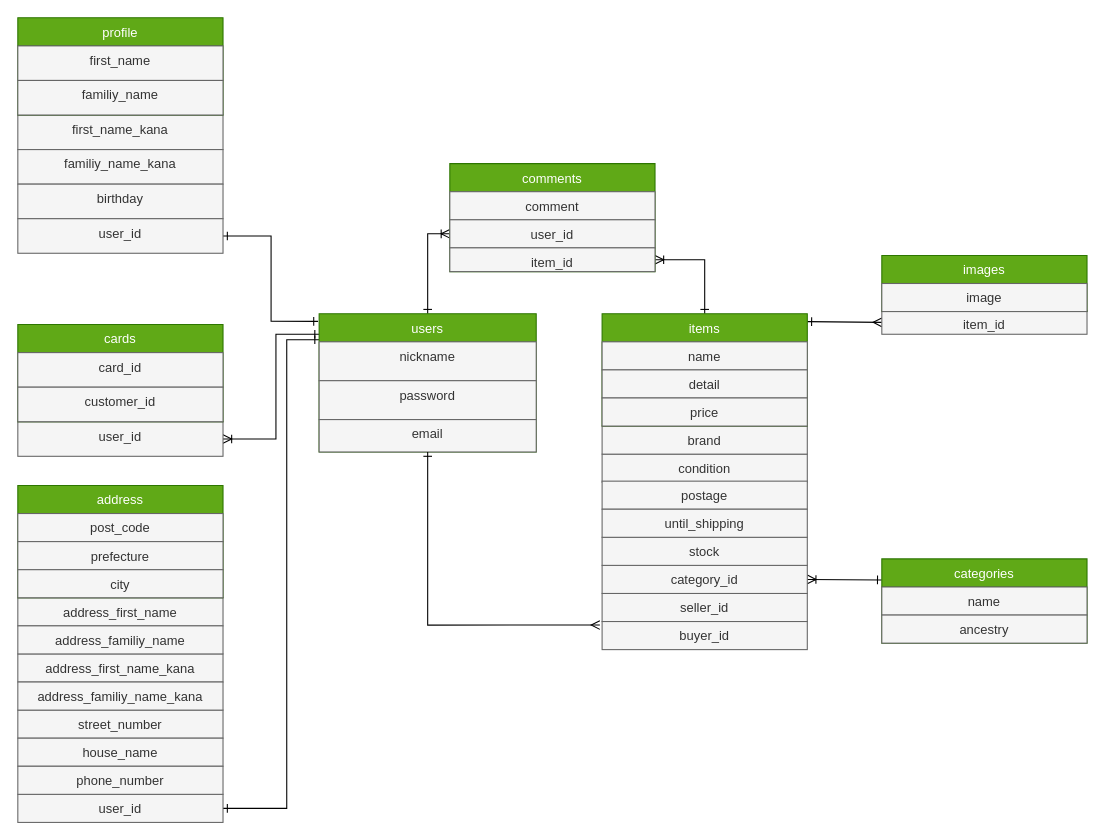
Above: app/er.drawio in kazuyat1995/fleamarket_sample_76a (draw.io), before the change. Source tidied: cells renumbered, new cells numbered last; positions are measured from the earlier drawing's top-left corner, leaving out a move shared by most shapes. Both pictures are drawn from the tidied source at 108%, with x=0, y=0 at pixel (17, 17).
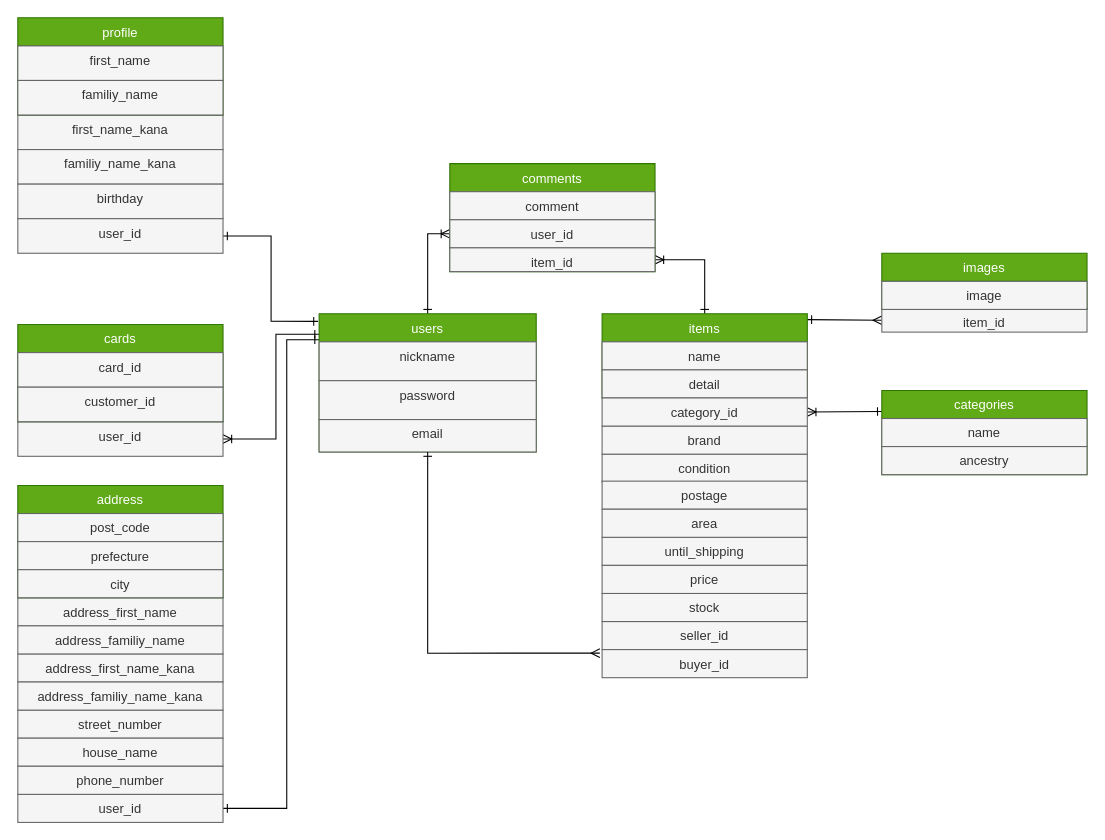
The same page after the edit.

Change to the diagram source:
```diff
@@
     <mxCell id="24" value="items" style="swimlane;fontStyle=0;horizontal=1;startSize=26;fillColor=#60a917;strokeColor=#2D7600;fontColor=#ffffff;" parent="1" vertex="1">
-      <mxGeometry x="541" y="274" width="190" height="104" as="geometry" />
+      <mxGeometry x="541" y="274" width="190" height="78" as="geometry" />
     </mxCell>
@@
-    <mxCell id="27" value="price" style="text;strokeColor=#666666;fillColor=#f5f5f5;align=center;verticalAlign=top;spacingLeft=4;spacingRight=4;overflow=hidden;fontColor=#333333;" parent="24" vertex="1">
-      <mxGeometry y="78" width="190" height="26" as="geometry" />
-    </mxCell>
@@
     <mxCell id="32" value="item_id" style="text;strokeColor=#666666;fillColor=#f5f5f5;align=center;verticalAlign=top;spacingLeft=4;spacingRight=4;overflow=hidden;points=[[0,0.5],[1,0.5]];portConstraint=eastwest;fontColor=#333333;" parent="1" vertex="1">
-      <mxGeometry x="800" y="271" width="190" height="22" as="geometry" />
+      <mxGeometry x="800" y="269" width="190" height="22" as="geometry" />
     </mxCell>
-    <mxCell id="33" value="categories" style="swimlane;fontStyle=0;horizontal=1;startSize=26;fillColor=#60a917;strokeColor=#2D7600;fontColor=#ffffff;" parent="1" vertex="1">
-      <mxGeometry x="800" y="501" width="190" height="78" as="geometry" />
-    </mxCell>
-    <mxCell id="34" value="name" style="text;strokeColor=#666666;fillColor=#f5f5f5;align=center;verticalAlign=top;spacingLeft=4;spacingRight=4;overflow=hidden;fontColor=#333333;" parent="33" vertex="1">
-      <mxGeometry y="26" width="190" height="26" as="geometry" />
-    </mxCell>
-    <mxCell id="35" value="ancestry" style="text;strokeColor=#666666;fillColor=#f5f5f5;align=center;verticalAlign=top;spacingLeft=4;spacingRight=4;overflow=hidden;fontColor=#333333;" parent="33" vertex="1">
-      <mxGeometry y="52" width="190" height="26" as="geometry" />
-    </mxCell>
@@
     <mxCell id="37" value="seller_id" style="text;strokeColor=#666666;fillColor=#f5f5f5;align=center;verticalAlign=top;spacingLeft=4;spacingRight=4;overflow=hidden;fontColor=#333333;" parent="1" vertex="1">
-      <mxGeometry x="541" y="533" width="190" height="26" as="geometry" />
+      <mxGeometry x="541" y="559" width="190" height="26" as="geometry" />
     </mxCell>
-    <mxCell id="38" value="buyer_id&#10;" style="text;strokeColor=#666666;fillColor=#f5f5f5;align=center;verticalAlign=top;spacingLeft=4;spacingRight=4;overflow=hidden;points=[[0,0.5],[1,0.5]];portConstraint=eastwest;fontColor=#333333;" parent="1" vertex="1">
-      <mxGeometry x="541" y="559" width="190" height="26" as="geometry" />
+    <mxCell id="38" value="buyer_id" style="text;strokeColor=#666666;fillColor=#f5f5f5;align=center;verticalAlign=top;spacingLeft=4;spacingRight=4;overflow=hidden;points=[[0,0.5],[1,0.5]];portConstraint=eastwest;fontColor=#333333;" parent="1" vertex="1">
+      <mxGeometry x="541" y="585" width="190" height="26" as="geometry" />
     </mxCell>
+    <mxCell id="59" value="until_shipping" style="text;strokeColor=#666666;fillColor=#f5f5f5;align=center;verticalAlign=top;spacingLeft=4;spacingRight=4;overflow=hidden;fontColor=#333333;" parent="1" vertex="1">
+      <mxGeometry x="541" y="481" width="190" height="26" as="geometry" />
+    </mxCell>
     <mxCell id="39" value="category_id&#10;" style="text;strokeColor=#666666;fillColor=#f5f5f5;align=center;verticalAlign=top;spacingLeft=4;spacingRight=4;overflow=hidden;points=[[0,0.5],[1,0.5]];portConstraint=eastwest;fontColor=#333333;" parent="1" vertex="1">
-      <mxGeometry x="541" y="507" width="190" height="26" as="geometry" />
+      <mxGeometry x="541" y="352" width="190" height="26" as="geometry" />
     </mxCell>
     <mxCell id="40" value="images" style="swimlane;fontStyle=0;horizontal=1;startSize=26;fillColor=#60a917;strokeColor=#2D7600;fontColor=#ffffff;" parent="1" vertex="1">
-      <mxGeometry x="800" y="220" width="190" height="52" as="geometry" />
+      <mxGeometry x="800" y="218" width="190" height="52" as="geometry" />
     </mxCell>
@@
     <mxCell id="57" value="stock" style="text;strokeColor=#666666;fillColor=#f5f5f5;align=center;verticalAlign=top;spacingLeft=4;spacingRight=4;overflow=hidden;fontColor=#333333;" parent="1" vertex="1">
-      <mxGeometry x="541" y="481" width="190" height="26" as="geometry" />
+      <mxGeometry x="541" y="533" width="190" height="26" as="geometry" />
     </mxCell>
+    <mxCell id="27" value="price" style="text;strokeColor=#666666;fillColor=#f5f5f5;align=center;verticalAlign=top;spacingLeft=4;spacingRight=4;overflow=hidden;fontColor=#333333;" parent="1" vertex="1">
+      <mxGeometry x="541" y="507" width="190" height="26" as="geometry" />
+    </mxCell>
-    <mxCell id="58" value="until_shipping" style="text;strokeColor=#666666;fillColor=#f5f5f5;align=center;verticalAlign=top;spacingLeft=4;spacingRight=4;overflow=hidden;fontColor=#333333;" parent="1" vertex="1">
+    <mxCell id="58" value="area" style="text;strokeColor=#666666;fillColor=#f5f5f5;align=center;verticalAlign=top;spacingLeft=4;spacingRight=4;overflow=hidden;fontColor=#333333;" parent="1" vertex="1">
       <mxGeometry x="541" y="455" width="190" height="26" as="geometry" />
     </mxCell>
+    <mxCell id="33" value="categories" style="swimlane;fontStyle=0;horizontal=1;startSize=26;fillColor=#60a917;strokeColor=#2D7600;fontColor=#ffffff;" parent="1" vertex="1">
+      <mxGeometry x="800" y="345" width="190" height="78" as="geometry" />
+    </mxCell>
+    <mxCell id="34" value="name" style="text;strokeColor=#666666;fillColor=#f5f5f5;align=center;verticalAlign=top;spacingLeft=4;spacingRight=4;overflow=hidden;fontColor=#333333;" parent="33" vertex="1">
+      <mxGeometry y="26" width="190" height="26" as="geometry" />
+    </mxCell>
+    <mxCell id="35" value="ancestry" style="text;strokeColor=#666666;fillColor=#f5f5f5;align=center;verticalAlign=top;spacingLeft=4;spacingRight=4;overflow=hidden;fontColor=#333333;" parent="33" vertex="1">
+      <mxGeometry y="52" width="190" height="26" as="geometry" />
+    </mxCell>
```
